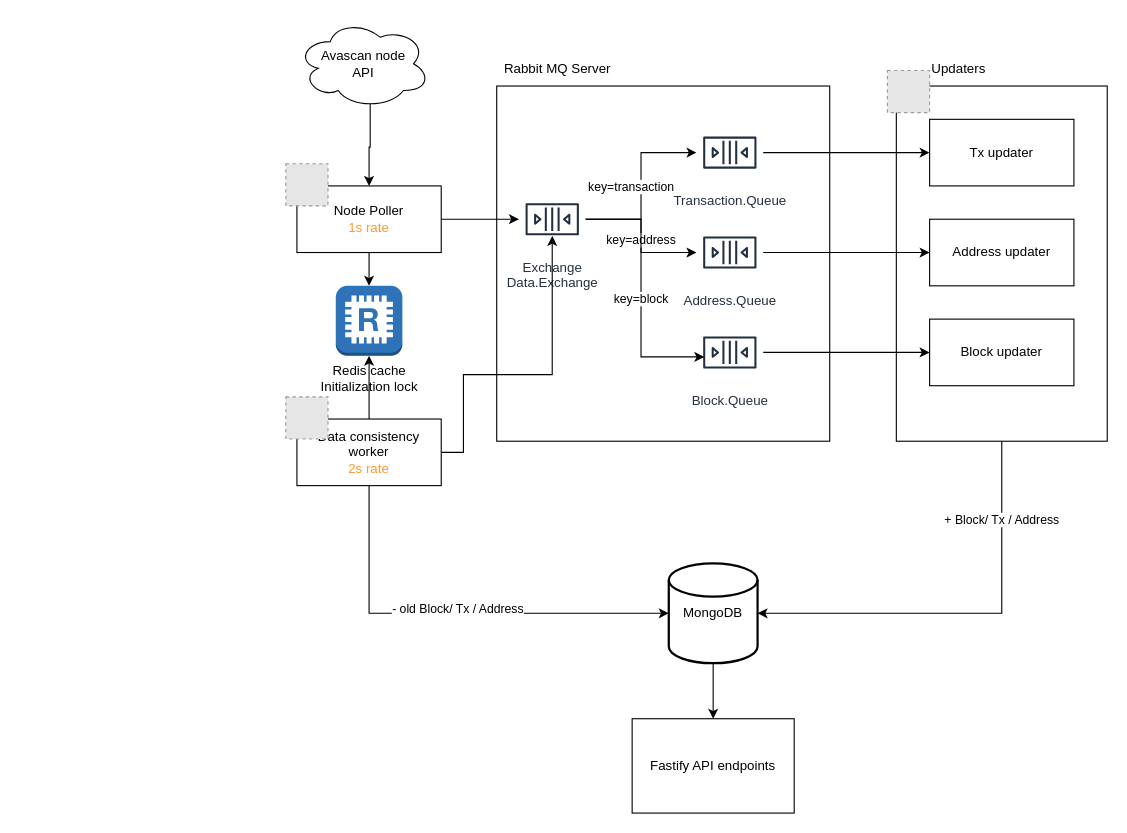
The draw.io diagram design/indexer-design.drawio in podak/avalanche-indexer-test, before the edit. Source tidied: cells renumbered, new cells numbered last; positions are measured from the earlier drawing's top-left corner, leaving out a move shared by most shapes. Both pictures are drawn from the tidied source at 111%, with x=0, y=0 at pixel (285, 19). Pictures stored in the file or linked from it are replaced by grey dashed boxes.
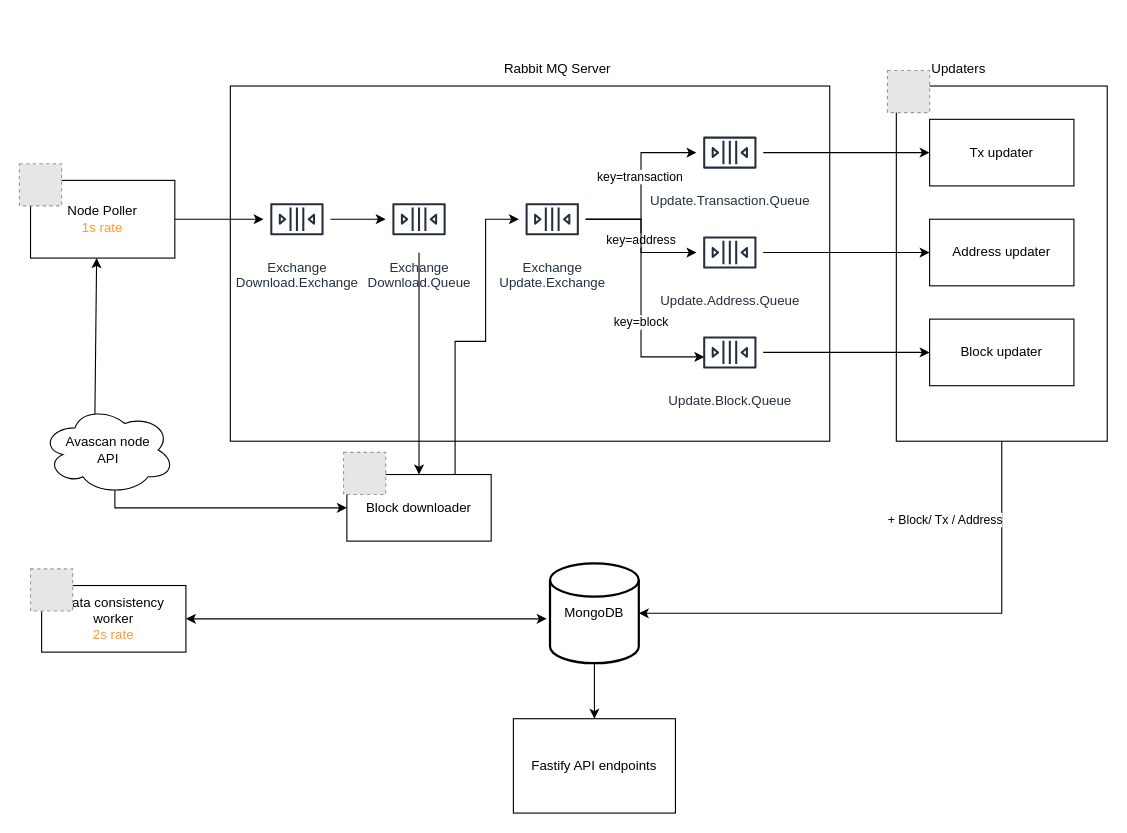
After the change.

The change refers to these unchanged cells:
```xml
<mxCell id="2" style="rounded=0;whiteSpace=wrap;html=1;" parent="1" vertex="1">
  <mxGeometry x="550" y="60" width="190" height="320" as="geometry" />
</mxCell>
<mxCell id="4" style="edgeStyle=orthogonalEdgeStyle;rounded=0;jettySize=auto;html=1;" parent="1" edge="1" source="8" target="17">
  <mxGeometry relative="1" as="geometry" />
</mxCell>
<mxCell id="32" style="edgeStyle=orthogonalEdgeStyle;rounded=0;jettySize=auto;html=1;entryX=0.117;entryY=0.567;entryDx=0;entryDy=0;entryPerimeter=0;" parent="1" edge="1" source="8" target="30">
  <mxGeometry relative="1" as="geometry">
    <Array as="points">
      <mxPoint x="320" y="180" />
      <mxPoint x="320" y="304" />
    </Array>
  </mxGeometry>
</mxCell>
```

What changed in the source:
```diff
@@
     <mxCell id="3" style="rounded=0;whiteSpace=wrap;html=1;" parent="1" vertex="1">
-      <mxGeometry x="190" y="60" width="300" height="320" as="geometry" />
+      <mxGeometry x="-50" y="60" width="540" height="320" as="geometry" />
     </mxCell>
@@
     <mxCell id="5" value="key=transaction" style="edgeLabel;html=1;align=center;verticalAlign=middle;" parent="4" vertex="1">
       <mxGeometry x="-0.02" relative="1" as="geometry">
-        <mxPoint x="-10" y="-2" as="offset" />
+        <mxPoint x="-2" y="-11" as="offset" />
       </mxGeometry>
     </mxCell>
@@
-    <mxCell id="8" value="Exchange&lt;br&gt;Data.Exchange" style="sketch=0;outlineConnect=0;fontColor=#232F3E;gradientColor=none;strokeColor=#232F3E;fillColor=#ffffff;dashed=0;verticalLabelPosition=bottom;verticalAlign=top;align=center;html=1;fontSize=12;fontStyle=0;shape=mxgraph.aws4.resourceIcon;resIcon=mxgraph.aws4.queue;" parent="1" vertex="1">
+    <mxCell id="8" value="Exchange&lt;br&gt;Update.Exchange" style="sketch=0;outlineConnect=0;fontColor=#232F3E;gradientColor=none;strokeColor=#232F3E;fillColor=#ffffff;dashed=0;verticalLabelPosition=bottom;verticalAlign=top;align=center;html=1;fontSize=12;fontStyle=0;shape=mxgraph.aws4.resourceIcon;resIcon=mxgraph.aws4.queue;" parent="1" vertex="1">
       <mxGeometry x="210" y="150" width="60" height="60" as="geometry" />
     </mxCell>
-    <mxCell id="9" style="edgeStyle=orthogonalEdgeStyle;rounded=0;jettySize=auto;html=1;exitX=1;exitY=0.5;exitDx=0;exitDy=0;" parent="1" edge="1" source="11" target="8">
-      <mxGeometry relative="1" as="geometry" />
-    </mxCell>
-    <mxCell id="10" style="edgeStyle=orthogonalEdgeStyle;rounded=0;jettySize=auto;html=1;" parent="1" edge="1" source="11" target="40">
-      <mxGeometry relative="1" as="geometry" />
-    </mxCell>
+    <mxCell id="41" style="edgeStyle=orthogonalEdgeStyle;rounded=0;jettySize=auto;html=1;" parent="1" edge="1" source="11" target="45">
+      <mxGeometry relative="1" as="geometry" />
+    </mxCell>
     <mxCell id="11" value="Node Poller&lt;br&gt;&lt;font color=&quot;#ff9933&quot;&gt;1s rate&lt;/font&gt;" style="rounded=0;whiteSpace=wrap;html=1;" parent="1" vertex="1">
-      <mxGeometry x="10" y="150" width="130" height="60" as="geometry" />
+      <mxGeometry x="-230" y="145" width="130" height="70" as="geometry" />
     </mxCell>
     <mxCell id="12" style="fillColor=#E6E6E6;strokeColor=#999999;dashed=1;html=1;verticalAlign=top;verticalLabelPosition=bottom;labelBackgroundColor=#ffffff;" parent="1" vertex="1">
-      <mxGeometry y="130" width="38" height="38" as="geometry" />
+      <mxGeometry x="-240" y="130" width="38" height="38" as="geometry" />
     </mxCell>
@@
     <mxCell id="14" value="MongoDB" style="strokeWidth=2;html=1;shape=mxgraph.flowchart.database;whiteSpace=wrap;" parent="1" vertex="1">
-      <mxGeometry x="345" y="490" width="80" height="90" as="geometry" />
+      <mxGeometry x="238" y="490" width="80" height="90" as="geometry" />
     </mxCell>
@@
-    <mxCell id="17" value="Transaction.Queue" style="sketch=0;outlineConnect=0;fontColor=#232F3E;gradientColor=none;strokeColor=#232F3E;fillColor=#ffffff;dashed=0;verticalLabelPosition=bottom;verticalAlign=top;align=center;html=1;fontSize=12;fontStyle=0;shape=mxgraph.aws4.resourceIcon;resIcon=mxgraph.aws4.queue;" parent="1" vertex="1">
+    <mxCell id="17" value="Update.Transaction.Queue" style="sketch=0;outlineConnect=0;fontColor=#232F3E;gradientColor=none;strokeColor=#232F3E;fillColor=#ffffff;dashed=0;verticalLabelPosition=bottom;verticalAlign=top;align=center;html=1;fontSize=12;fontStyle=0;shape=mxgraph.aws4.resourceIcon;resIcon=mxgraph.aws4.queue;" parent="1" vertex="1">
       <mxGeometry x="370" y="90" width="60" height="60" as="geometry" />
     </mxCell>
-    <mxCell id="18" value="Address.Queue" style="sketch=0;outlineConnect=0;fontColor=#232F3E;gradientColor=none;strokeColor=#232F3E;fillColor=#ffffff;dashed=0;verticalLabelPosition=bottom;verticalAlign=top;align=center;html=1;fontSize=12;fontStyle=0;shape=mxgraph.aws4.resourceIcon;resIcon=mxgraph.aws4.queue;" parent="1" vertex="1">
+    <mxCell id="18" value="Update.Address.Queue" style="sketch=0;outlineConnect=0;fontColor=#232F3E;gradientColor=none;strokeColor=#232F3E;fillColor=#ffffff;dashed=0;verticalLabelPosition=bottom;verticalAlign=top;align=center;html=1;fontSize=12;fontStyle=0;shape=mxgraph.aws4.resourceIcon;resIcon=mxgraph.aws4.queue;" parent="1" vertex="1">
       <mxGeometry x="370" y="180" width="60" height="60" as="geometry" />
     </mxCell>
-    <mxCell id="19" style="edgeStyle=orthogonalEdgeStyle;rounded=0;jettySize=auto;html=1;exitX=0.55;exitY=0.95;exitDx=0;exitDy=0;exitPerimeter=0;" parent="1" edge="1" source="20" target="11">
+    <mxCell id="19" style="edgeStyle=none;rounded=0;jettySize=auto;html=1;exitX=0.4;exitY=0.1;exitDx=0;exitDy=0;exitPerimeter=0;entryX=0.458;entryY=1;entryDx=0;entryDy=0;entryPerimeter=0;" parent="1" edge="1" source="20" target="11">
       <mxGeometry relative="1" as="geometry" />
     </mxCell>
+    <mxCell id="42" style="edgeStyle=orthogonalEdgeStyle;rounded=0;jettySize=auto;html=1;exitX=0.55;exitY=0.95;exitDx=0;exitDy=0;exitPerimeter=0;entryX=0;entryY=0.5;entryDx=0;entryDy=0;" parent="1" edge="1" source="20" target="49">
+      <mxGeometry relative="1" as="geometry">
+        <Array as="points">
+          <mxPoint x="-154" y="440" />
+        </Array>
+      </mxGeometry>
+    </mxCell>
     <mxCell id="20" value="Avascan node &lt;br&gt;API" style="ellipse;shape=cloud;whiteSpace=wrap;html=1;" parent="1" vertex="1">
-      <mxGeometry x="10" width="120" height="80" as="geometry" />
+      <mxGeometry x="-220" y="348" width="120" height="80" as="geometry" />
     </mxCell>
@@
     <mxCell id="26" style="edgeStyle=orthogonalEdgeStyle;rounded=0;jettySize=auto;html=1;exitX=0.5;exitY=1;exitDx=0;exitDy=0;entryX=1;entryY=0.5;entryDx=0;entryDy=0;entryPerimeter=0;" parent="1" edge="1" source="2" target="14">
-      <mxGeometry relative="1" as="geometry" />
+      <mxGeometry relative="1" as="geometry">
+        <Array as="points">
+          <mxPoint x="645" y="535" />
+        </Array>
+      </mxGeometry>
     </mxCell>
@@
     <mxCell id="28" value="Fastify API endpoints" style="rounded=0;whiteSpace=wrap;html=1;" parent="1" vertex="1">
-      <mxGeometry x="312" y="630" width="146" height="85" as="geometry" />
+      <mxGeometry x="205" y="630" width="146" height="85" as="geometry" />
     </mxCell>
@@
-    <mxCell id="30" value="Block.Queue" style="sketch=0;outlineConnect=0;fontColor=#232F3E;gradientColor=none;strokeColor=#232F3E;fillColor=#ffffff;dashed=0;verticalLabelPosition=bottom;verticalAlign=top;align=center;html=1;fontSize=12;fontStyle=0;shape=mxgraph.aws4.resourceIcon;resIcon=mxgraph.aws4.queue;" parent="1" vertex="1">
+    <mxCell id="30" value="Update.Block.Queue" style="sketch=0;outlineConnect=0;fontColor=#232F3E;gradientColor=none;strokeColor=#232F3E;fillColor=#ffffff;dashed=0;verticalLabelPosition=bottom;verticalAlign=top;align=center;html=1;fontSize=12;fontStyle=0;shape=mxgraph.aws4.resourceIcon;resIcon=mxgraph.aws4.queue;" parent="1" vertex="1">
       <mxGeometry x="370" y="270" width="60" height="60" as="geometry" />
     </mxCell>
@@
     <mxCell id="33" value="key=block" style="edgeLabel;html=1;align=center;verticalAlign=middle;" parent="32" vertex="1">
-      <mxGeometry x="0.05" y="-1" relative="1" as="geometry" />
+      <mxGeometry x="0.05" y="-1" relative="1" as="geometry">
+        <mxPoint y="21" as="offset" />
+      </mxGeometry>
     </mxCell>
-    <mxCell id="34" style="edgeStyle=orthogonalEdgeStyle;rounded=0;jettySize=auto;html=1;exitX=1;exitY=0.5;exitDx=0;exitDy=0;entryX=0.5;entryY=0.75;entryDx=0;entryDy=0;entryPerimeter=0;" parent="1" edge="1" source="36" target="8">
-      <mxGeometry relative="1" as="geometry">
-        <Array as="points">
-          <mxPoint x="160" y="390" />
-          <mxPoint x="160" y="320" />
-          <mxPoint x="240" y="320" />
-        </Array>
-      </mxGeometry>
-    </mxCell>
-    <mxCell id="35" style="edgeStyle=orthogonalEdgeStyle;rounded=0;jettySize=auto;html=1;" parent="1" edge="1" source="36" target="40">
-      <mxGeometry relative="1" as="geometry" />
-    </mxCell>
+    <mxCell id="43" style="edgeStyle=orthogonalEdgeStyle;rounded=0;jettySize=auto;html=1;exitX=1;exitY=0.5;exitDx=0;exitDy=0;strokeColor=none;" parent="1" edge="1" source="36">
+      <mxGeometry relative="1" as="geometry">
+        <mxPoint x="340" y="545" as="targetPoint" />
+      </mxGeometry>
+    </mxCell>
     <mxCell id="36" value="Data consistency&lt;br&gt;worker&lt;br&gt;&lt;font color=&quot;#ff9933&quot;&gt;2s rate&lt;/font&gt;" style="rounded=0;whiteSpace=wrap;html=1;" parent="1" vertex="1">
-      <mxGeometry x="10" y="360" width="130" height="60" as="geometry" />
+      <mxGeometry x="-220" y="510" width="130" height="60" as="geometry" />
     </mxCell>
     <mxCell id="37" style="fillColor=#E6E6E6;strokeColor=#999999;dashed=1;html=1;verticalAlign=top;verticalLabelPosition=bottom;labelBackgroundColor=#ffffff;" parent="1" vertex="1">
-      <mxGeometry y="340" width="38" height="38" as="geometry" />
+      <mxGeometry x="-230" y="495" width="38" height="38" as="geometry" />
     </mxCell>
-    <mxCell id="38" style="edgeStyle=orthogonalEdgeStyle;rounded=0;jettySize=auto;html=1;exitX=0.5;exitY=1;exitDx=0;exitDy=0;entryX=0;entryY=0.5;entryDx=0;entryDy=0;entryPerimeter=0;" parent="1" edge="1" source="36" target="14">
-      <mxGeometry relative="1" as="geometry" />
-    </mxCell>
-    <mxCell id="39" value="- old Block/ Tx / Address" style="edgeLabel;html=1;align=center;verticalAlign=middle;" parent="38" vertex="1">
-      <mxGeometry x="-0.06" y="2" relative="1" as="geometry">
-        <mxPoint x="13" y="-3" as="offset" />
-      </mxGeometry>
-    </mxCell>
-    <mxCell id="40" value="Redis cache&lt;br&gt;Initialization lock" style="outlineConnect=0;dashed=0;verticalLabelPosition=bottom;verticalAlign=top;align=center;html=1;shape=mxgraph.aws3.redis;fillColor=#2E73B8;gradientColor=none;" parent="1" vertex="1">
-      <mxGeometry x="45" y="240" width="60" height="63" as="geometry" />
-    </mxCell>
+    <mxCell id="44" style="edgeStyle=orthogonalEdgeStyle;rounded=0;jettySize=auto;html=1;" parent="1" edge="1" source="45" target="47">
+      <mxGeometry relative="1" as="geometry" />
+    </mxCell>
+    <mxCell id="45" value="Exchange&lt;br&gt;Download.Exchange" style="sketch=0;outlineConnect=0;fontColor=#232F3E;gradientColor=none;strokeColor=#232F3E;fillColor=#ffffff;dashed=0;verticalLabelPosition=bottom;verticalAlign=top;align=center;html=1;fontSize=12;fontStyle=0;shape=mxgraph.aws4.resourceIcon;resIcon=mxgraph.aws4.queue;" parent="1" vertex="1">
+      <mxGeometry x="-20" y="150" width="60" height="60" as="geometry" />
+    </mxCell>
+    <mxCell id="46" style="edgeStyle=orthogonalEdgeStyle;rounded=0;jettySize=auto;html=1;entryX=0.5;entryY=0;entryDx=0;entryDy=0;" parent="1" edge="1" source="47" target="49">
+      <mxGeometry relative="1" as="geometry" />
+    </mxCell>
+    <mxCell id="47" value="Exchange&lt;br&gt;Download.Queue" style="sketch=0;outlineConnect=0;fontColor=#232F3E;gradientColor=none;strokeColor=#232F3E;fillColor=#ffffff;dashed=0;verticalLabelPosition=bottom;verticalAlign=top;align=center;html=1;fontSize=12;fontStyle=0;shape=mxgraph.aws4.resourceIcon;resIcon=mxgraph.aws4.queue;" parent="1" vertex="1">
+      <mxGeometry x="90" y="150" width="60" height="60" as="geometry" />
+    </mxCell>
+    <mxCell id="48" style="edgeStyle=orthogonalEdgeStyle;rounded=0;jettySize=auto;html=1;exitX=0.75;exitY=0;exitDx=0;exitDy=0;" parent="1" edge="1" source="49" target="8">
+      <mxGeometry relative="1" as="geometry">
+        <Array as="points">
+          <mxPoint x="152" y="290" />
+          <mxPoint x="180" y="290" />
+          <mxPoint x="180" y="180" />
+        </Array>
+      </mxGeometry>
+    </mxCell>
+    <mxCell id="49" value="Block downloader" style="rounded=0;whiteSpace=wrap;html=1;" parent="1" vertex="1">
+      <mxGeometry x="55" y="410" width="130" height="60" as="geometry" />
+    </mxCell>
+    <mxCell id="50" style="fillColor=#E6E6E6;strokeColor=#999999;dashed=1;html=1;verticalAlign=top;verticalLabelPosition=bottom;labelBackgroundColor=#ffffff;" parent="1" vertex="1">
+      <mxGeometry x="52" y="390" width="38" height="38" as="geometry" />
+    </mxCell>
+    <mxCell id="51" style="endArrow=classic;startArrow=classic;html=1;rounded=0;exitX=1;exitY=0.5;exitDx=0;exitDy=0;" parent="1" edge="1" source="36">
+      <mxGeometry relative="1" as="geometry">
+        <mxPoint x="235" y="540" as="targetPoint" />
+      </mxGeometry>
+    </mxCell>
```
